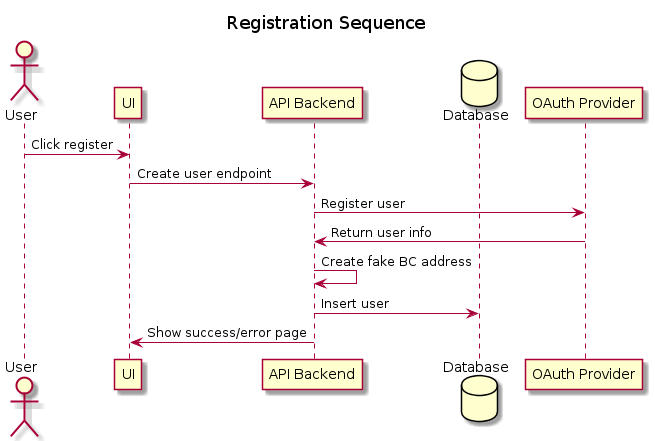
Above: diagram_out/Diagrams/UserStories/Registration Sequence.png in adhurjaty/prediction-app (PlantUML), before the change.
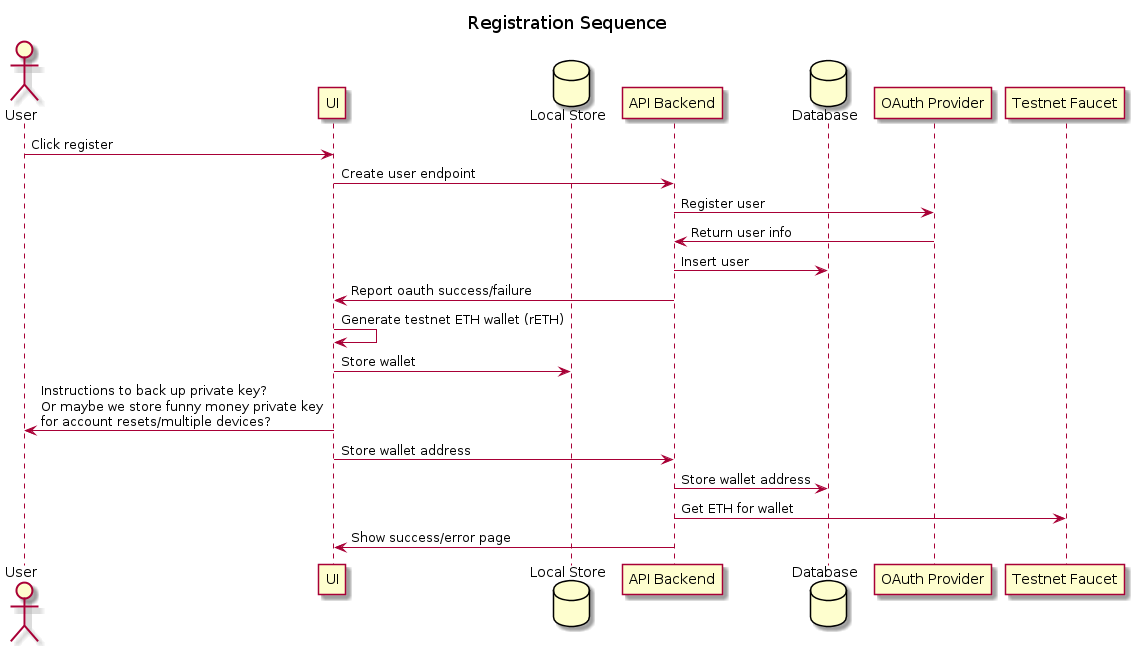
After the change.

Diff of the diagram source:
```diff
@@ -4,16 +4,24 @@
 
 actor User as user
 participant UI as ui
+database "Local Store" as localstore
 participant "API Backend" as api
 database Database as db
 participant "OAuth Provider" as oauth
+participant "Testnet Faucet" as faucet
 
 user -> ui : Click register
 ui -> api : Create user endpoint
 api -> oauth : Register user
 oauth -> api : Return user info
-api -> api : Create fake BC address
 api -> db : Insert user
+api -> ui : Report oauth success/failure
+ui -> ui : Generate testnet ETH wallet (rETH)
+ui -> localstore : Store wallet
+ui -> user : Instructions to back up private key? \nOr maybe we store funny money private key \nfor account resets/multiple devices?
+ui -> api : Store wallet address
+api -> db : Store wallet address
+api -> faucet : Get ETH for wallet
 api -> ui : Show success/error page
 
 @enduml
```
